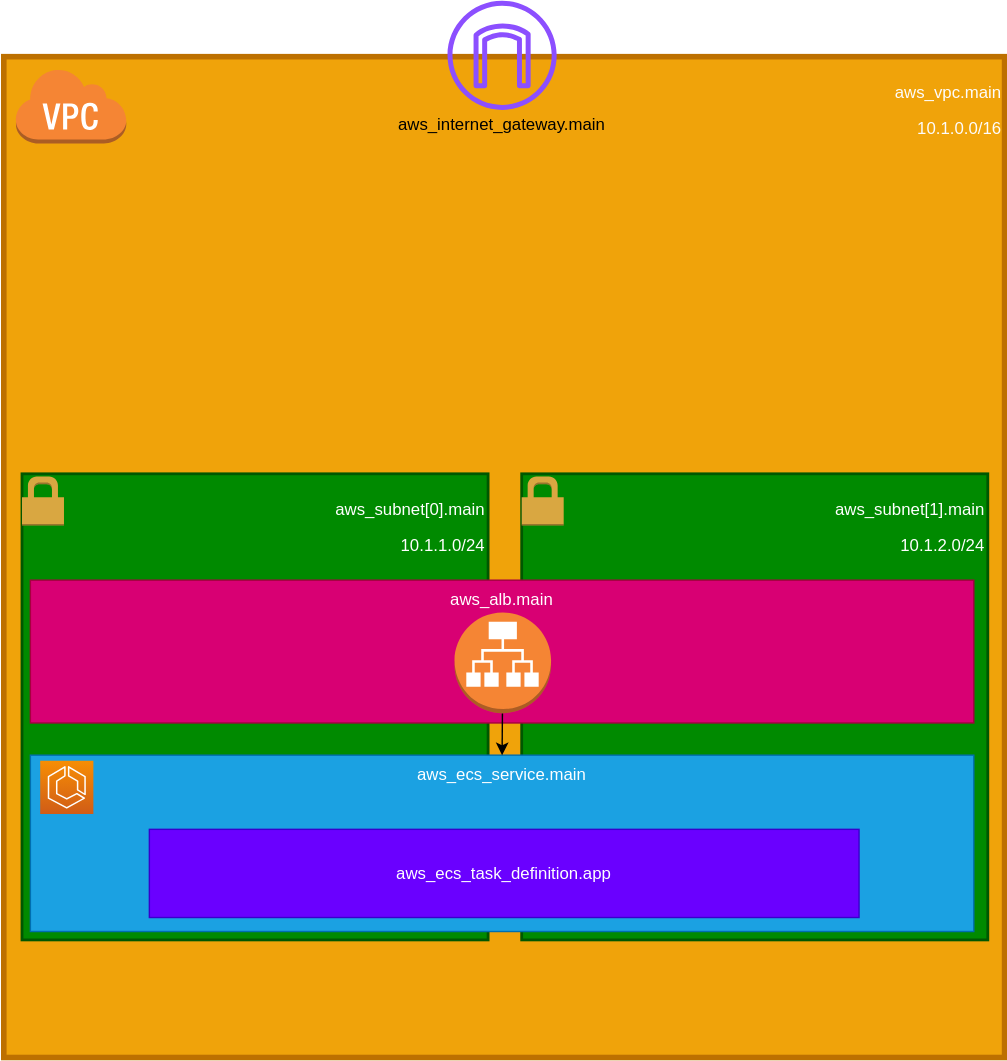
Before: AWS-TF-ECS.drawio.svg, a diagram exported from draw.io (TheMashcraft/turtle-watching-aws-infra-ecs). Source tidied: cells renumbered, new cells last; positions are measured from the earlier drawing's top-left corner, leaving out a move shared by most shapes.
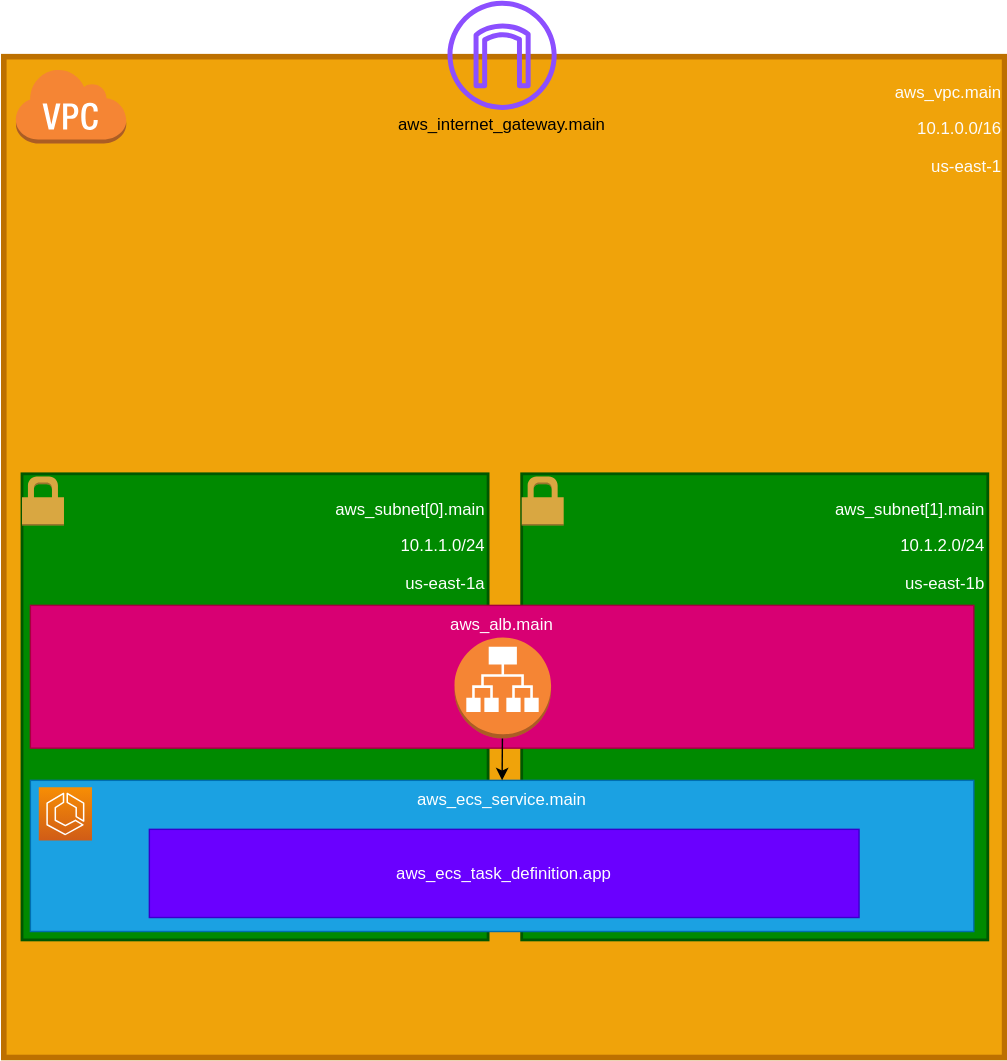
After the commit.

What changed in the source:
```diff
@@ -2,10 +2,10 @@
   <root>
     <mxCell id="0" />
     <mxCell id="1" parent="0" />
-    <mxCell id="2" value="&lt;p&gt;&lt;span style=&quot;background-color: initial;&quot;&gt;aws_vpc.main&lt;/span&gt;&lt;br&gt;&lt;/p&gt;&lt;p&gt;&lt;font&gt;10.1.0.0/16&lt;/font&gt;&lt;/p&gt;" style="whiteSpace=wrap;html=1;verticalAlign=top;align=right;strokeWidth=4;fillColor=#f0a30a;fontColor=#fdfcfc;strokeColor=#BD7000;" parent="1" vertex="1">
+    <mxCell id="2" value="&lt;p&gt;&lt;span style=&quot;background-color: initial;&quot;&gt;aws_vpc.main&lt;/span&gt;&lt;br&gt;&lt;/p&gt;&lt;p&gt;&lt;font&gt;10.1.0.0/16&lt;/font&gt;&lt;/p&gt;&lt;p&gt;&lt;font&gt;us-east-1&lt;/font&gt;&lt;/p&gt;" style="whiteSpace=wrap;html=1;verticalAlign=top;align=right;strokeWidth=4;fillColor=#f0a30a;fontColor=#fdfcfc;strokeColor=#BD7000;" parent="1" vertex="1">
       <mxGeometry y="40" width="715" height="715" as="geometry" />
     </mxCell>
-    <mxCell id="3" value="&lt;p&gt;aws_subnet[0].main&lt;/p&gt;&lt;p&gt;10.1.1.0/24&lt;/p&gt;" style="whiteSpace=wrap;html=1;verticalAlign=top;align=right;strokeWidth=2;labelBorderColor=none;fillColor=#008a00;fontColor=#ffffff;strokeColor=#005700;" parent="1" vertex="1">
+    <mxCell id="3" value="&lt;p&gt;aws_subnet[0].main&lt;/p&gt;&lt;p&gt;10.1.1.0/24&lt;/p&gt;&lt;p&gt;us-east-1a&lt;/p&gt;" style="whiteSpace=wrap;html=1;verticalAlign=top;align=right;strokeWidth=2;labelBorderColor=none;fillColor=#008a00;fontColor=#ffffff;strokeColor=#005700;" parent="1" vertex="1">
       <mxGeometry x="13" y="338" width="333" height="333" as="geometry" />
     </mxCell>
     <mxCell id="4" style="dashed=0;html=1;shape=mxgraph.aws3.permissions;fillColor=#D9A741;gradientColor=none;dashed=0;" parent="1" vertex="1">
@@ -17,7 +17,7 @@
     <mxCell id="6" value="aws_internet_gateway.main" style="text;html=1;align=center;verticalAlign=middle;whiteSpace=wrap;rounded=0;" parent="1" vertex="1">
       <mxGeometry x="326" y="74" width="60" height="30" as="geometry" />
     </mxCell>
-    <mxCell id="7" value="&lt;p&gt;aws_subnet[1].main&lt;br&gt;&lt;/p&gt;&lt;p&gt;10.1.2.0/24&lt;/p&gt;" style="whiteSpace=wrap;html=1;verticalAlign=top;align=right;strokeWidth=2;labelBorderColor=none;fillColor=#008a00;fontColor=#ffffff;strokeColor=#005700;" parent="1" vertex="1">
+    <mxCell id="7" value="&lt;p&gt;aws_subnet[1].main&lt;br&gt;&lt;/p&gt;&lt;p&gt;10.1.2.0/24&lt;/p&gt;&lt;p&gt;us-east-1b&lt;/p&gt;" style="whiteSpace=wrap;html=1;verticalAlign=top;align=right;strokeWidth=2;labelBorderColor=none;fillColor=#008a00;fontColor=#ffffff;strokeColor=#005700;" parent="1" vertex="1">
       <mxGeometry x="370" y="338" width="333" height="333" as="geometry" />
     </mxCell>
     <mxCell id="8" style="dashed=0;verticalLabelPosition=bottom;verticalAlign=top;align=center;html=1;shape=mxgraph.aws3.virtual_private_cloud;fillColor=#F58534;gradientColor=none;" parent="1" vertex="1">
@@ -27,13 +27,13 @@
       <mxGeometry x="370" y="340" width="30" height="35" as="geometry" />
     </mxCell>
     <mxCell id="10" value="aws_ecs_service.main" style="rounded=0;whiteSpace=wrap;html=1;verticalAlign=top;fillColor=#1ba1e2;fontColor=#ffffff;strokeColor=#006EAF;" parent="1" vertex="1">
-      <mxGeometry x="19" y="539" width="674" height="126" as="geometry" />
+      <mxGeometry x="19" y="557" width="674" height="108" as="geometry" />
     </mxCell>
     <mxCell id="11" value="aws_alb.main" style="rounded=0;whiteSpace=wrap;html=1;verticalAlign=top;fillColor=#d80073;fontColor=#ffffff;strokeColor=#A50040;" parent="1" vertex="1">
-      <mxGeometry x="19" y="414" width="674" height="102" as="geometry" />
+      <mxGeometry x="19" y="432" width="674" height="102" as="geometry" />
     </mxCell>
     <mxCell id="12" style="sketch=0;fontColor=#232F3E;gradientColor=#F78E04;gradientDirection=north;fillColor=#D05C17;strokeColor=#ffffff;dashed=0;verticalLabelPosition=bottom;verticalAlign=top;align=center;html=1;fontSize=12;fontStyle=0;shape=mxgraph.aws4.resourceIcon;resIcon=mxgraph.aws4.ecs;" parent="1" vertex="1">
-      <mxGeometry x="26" y="543" width="38" height="38" as="geometry" />
+      <mxGeometry x="25" y="562" width="38" height="38" as="geometry" />
     </mxCell>
     <mxCell id="13" value="aws_ecs_task_definition.app" style="rounded=0;whiteSpace=wrap;html=1;fillColor=#6a00ff;fontColor=#ffffff;strokeColor=#3700CC;" parent="1" vertex="1">
       <mxGeometry x="104" y="592" width="507" height="63" as="geometry" />
@@ -42,7 +42,7 @@
       <mxGeometry relative="1" as="geometry" />
     </mxCell>
     <mxCell id="15" style="outlineConnect=0;dashed=0;verticalLabelPosition=bottom;verticalAlign=top;align=center;html=1;shape=mxgraph.aws3.application_load_balancer;fillColor=#F58534;gradientColor=none;" parent="1" vertex="1">
-      <mxGeometry x="322" y="437" width="69" height="72" as="geometry" />
+      <mxGeometry x="322" y="455" width="69" height="72" as="geometry" />
     </mxCell>
   </root>
 </mxGraphModel>
```
